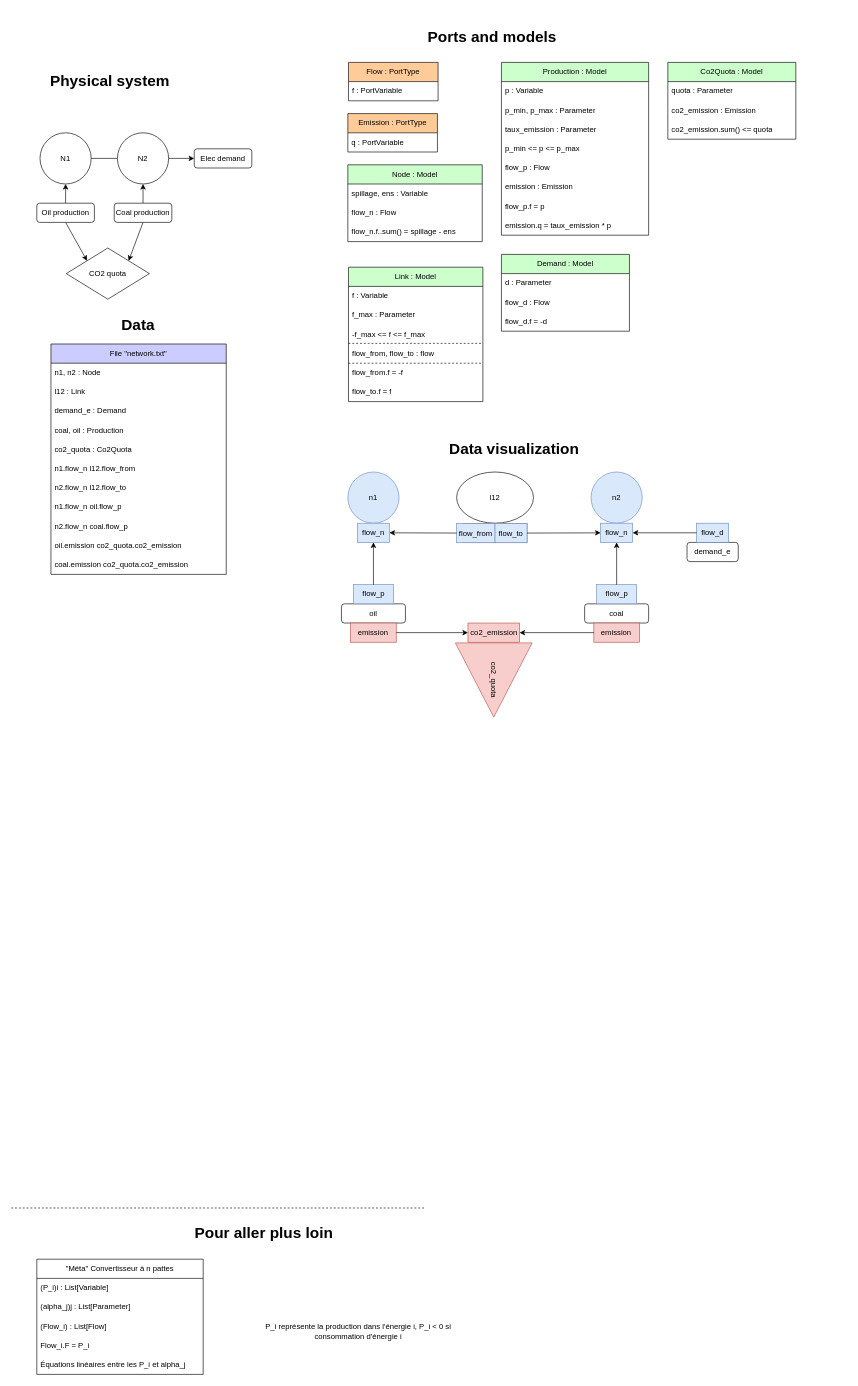
Earlier version of the draw.io diagram models-design/systems/co2_quota.drawio (AntaresSimulatorTeam/andromede-modeling-prototype). Source tidied: cells renumbered, new cells numbered last; positions are measured from the earlier drawing's top-left corner, leaving out a move shared by most shapes. Both pictures are drawn from the tidied source at 64%, with x=0, y=0 at pixel (11, 24).
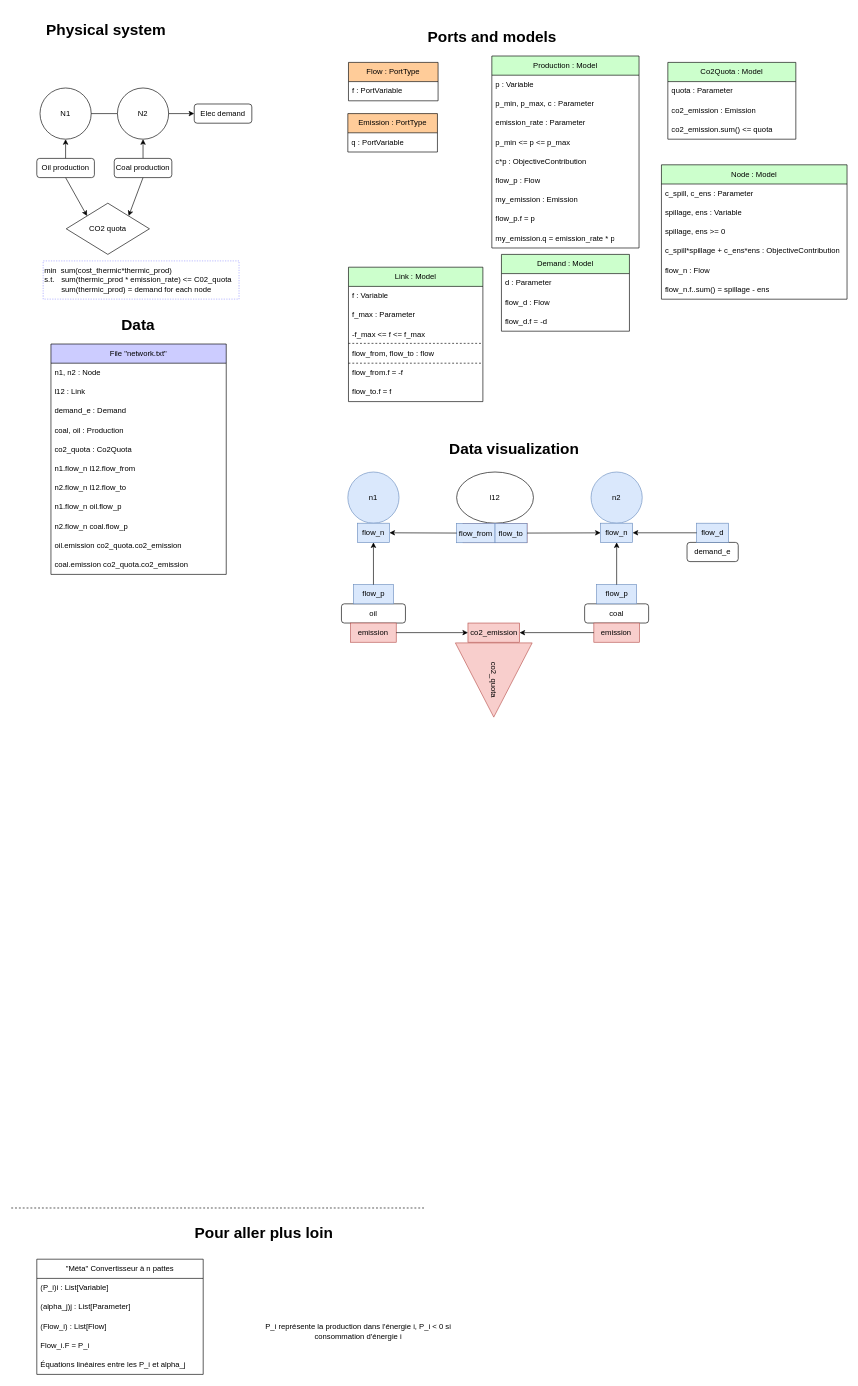
The same diagram, later.

The change refers to these unchanged cells:
```xml
<mxCell id="61" style="group;" parent="1" vertex="1">
  <mxGeometry x="527" y="60" width="699" height="540" as="geometry" />
</mxCell>
```

Change to the diagram source:
```diff
@@
     <mxCell id="12" value="N1" style="ellipse;whiteSpace=wrap;html=1;" parent="1" vertex="1">
-      <mxGeometry x="45" y="170" width="80" height="80" as="geometry" />
+      <mxGeometry x="45" y="100" width="80" height="80" as="geometry" />
     </mxCell>
@@
     <mxCell id="16" value="Oil production" style="rounded=1;whiteSpace=wrap;html=1;" parent="1" vertex="1">
-      <mxGeometry x="40" y="280" width="90" height="30" as="geometry" />
+      <mxGeometry x="40" y="210" width="90" height="30" as="geometry" />
     </mxCell>
     <mxCell id="17" value="CO2 quota" style="rhombus;whiteSpace=wrap;html=1;" parent="1" vertex="1">
-      <mxGeometry x="86" y="350" width="130" height="80" as="geometry" />
+      <mxGeometry x="86" y="280" width="130" height="80" as="geometry" />
     </mxCell>
@@
     <mxCell id="19" value="&lt;h1&gt;Physical system&lt;br&gt;&lt;/h1&gt;" style="text;html=1;strokeColor=none;fillColor=none;spacing=5;spacingTop=-20;whiteSpace=wrap;overflow=hidden;rounded=0;" parent="1" vertex="1">
-      <mxGeometry x="56" y="70" width="250" height="40" as="geometry" />
+      <mxGeometry x="50" y="-10" width="250" height="40" as="geometry" />
     </mxCell>
     <mxCell id="20" style="group;" parent="1" vertex="1">
-      <mxGeometry x="166" y="120" width="220" height="180" as="geometry" />
+      <mxGeometry x="166" y="50" width="220" height="180" as="geometry" />
     </mxCell>
@@
-    <mxCell id="66" value="Node : Model" style="swimlane;fontStyle=0;horizontal=1;startSize=30;whiteSpace=wrap;html=1;fillColor=#CCFFCC;fontColor=#000000;" parent="61" vertex="1">
-      <mxGeometry x="-1" y="160" width="210" height="120" as="geometry" />
-    </mxCell>
-    <mxCell id="67" value="spillage, ens : Variable" style="text;strokeColor=none;fillColor=none;align=left;verticalAlign=middle;spacingLeft=4;spacingRight=4;overflow=hidden;whiteSpace=wrap;html=1;" parent="66" vertex="1">
-      <mxGeometry y="30" width="210" height="30" as="geometry" />
-    </mxCell>
-    <mxCell id="68" value="flow_n : Flow" style="text;strokeColor=none;fillColor=none;align=left;verticalAlign=middle;spacingLeft=4;spacingRight=4;overflow=hidden;whiteSpace=wrap;html=1;" parent="66" vertex="1">
-      <mxGeometry y="60" width="210" height="30" as="geometry" />
-    </mxCell>
-    <mxCell id="69" value="flow_n.f..sum() = spillage - ens" style="text;strokeColor=none;fillColor=none;align=left;verticalAlign=middle;spacingLeft=4;spacingRight=4;overflow=hidden;whiteSpace=wrap;html=1;" parent="66" vertex="1">
-      <mxGeometry y="90" width="210" height="30" as="geometry" />
-    </mxCell>
@@
-    <mxCell id="79" value="Production : Model" style="swimlane;fontStyle=0;horizontal=1;startSize=30;whiteSpace=wrap;html=1;fillColor=#CCFFCC;fontColor=#000000;" parent="61" vertex="1">
-      <mxGeometry x="239" width="230" height="270" as="geometry" />
-    </mxCell>
-    <mxCell id="80" value="p : Variable" style="text;strokeColor=none;fillColor=none;align=left;verticalAlign=middle;spacingLeft=4;spacingRight=4;overflow=hidden;whiteSpace=wrap;html=1;" parent="79" vertex="1">
-      <mxGeometry y="30" width="230" height="30" as="geometry" />
-    </mxCell>
-    <mxCell id="81" value="p_min, p_max : Parameter" style="text;strokeColor=none;fillColor=none;align=left;verticalAlign=middle;spacingLeft=4;spacingRight=4;overflow=hidden;whiteSpace=wrap;html=1;" parent="79" vertex="1">
-      <mxGeometry y="60" width="230" height="30" as="geometry" />
-    </mxCell>
-    <mxCell id="82" value="taux_emission : Parameter" style="text;strokeColor=none;fillColor=none;align=left;verticalAlign=middle;spacingLeft=4;spacingRight=4;overflow=hidden;whiteSpace=wrap;html=1;" parent="79" vertex="1">
-      <mxGeometry y="90" width="230" height="30" as="geometry" />
-    </mxCell>
-    <mxCell id="83" value="p_min &amp;lt;= p &amp;lt;= p_max" style="text;strokeColor=none;fillColor=none;align=left;verticalAlign=middle;spacingLeft=4;spacingRight=4;overflow=hidden;whiteSpace=wrap;html=1;" parent="79" vertex="1">
-      <mxGeometry y="120" width="230" height="30" as="geometry" />
-    </mxCell>
-    <mxCell id="84" value="flow_p : Flow" style="text;strokeColor=none;fillColor=none;align=left;verticalAlign=middle;spacingLeft=4;spacingRight=4;overflow=hidden;whiteSpace=wrap;html=1;" parent="79" vertex="1">
-      <mxGeometry y="150" width="230" height="30" as="geometry" />
-    </mxCell>
-    <mxCell id="85" value="emission : Emission" style="text;strokeColor=none;fillColor=none;align=left;verticalAlign=middle;spacingLeft=4;spacingRight=4;overflow=hidden;whiteSpace=wrap;html=1;" parent="79" vertex="1">
-      <mxGeometry y="180" width="230" height="30" as="geometry" />
-    </mxCell>
-    <mxCell id="86" value="flow_p.f = p" style="text;strokeColor=none;fillColor=none;align=left;verticalAlign=middle;spacingLeft=4;spacingRight=4;overflow=hidden;whiteSpace=wrap;html=1;" parent="79" vertex="1">
-      <mxGeometry y="210" width="230" height="30" as="geometry" />
-    </mxCell>
-    <mxCell id="87" value="emission.q = taux_emission * p" style="text;strokeColor=none;fillColor=none;align=left;verticalAlign=middle;spacingLeft=4;spacingRight=4;overflow=hidden;whiteSpace=wrap;html=1;" parent="79" vertex="1">
-      <mxGeometry y="240" width="230" height="30" as="geometry" />
-    </mxCell>
@@
+    <mxCell id="66" value="Node : Model" style="swimlane;fontStyle=0;horizontal=1;startSize=30;whiteSpace=wrap;html=1;fillColor=#CCFFCC;fontColor=#000000;" parent="61" vertex="1">
+      <mxGeometry x="489" y="160" width="290" height="210" as="geometry" />
+    </mxCell>
+    <mxCell id="109" value="c_spill, c_ens : Parameter" style="text;strokeColor=none;fillColor=none;align=left;verticalAlign=middle;spacingLeft=4;spacingRight=4;overflow=hidden;whiteSpace=wrap;html=1;" parent="66" vertex="1">
+      <mxGeometry y="30" width="290" height="30" as="geometry" />
+    </mxCell>
+    <mxCell id="67" value="spillage, ens : Variable" style="text;strokeColor=none;fillColor=none;align=left;verticalAlign=middle;spacingLeft=4;spacingRight=4;overflow=hidden;whiteSpace=wrap;html=1;" parent="66" vertex="1">
+      <mxGeometry y="60" width="290" height="30" as="geometry" />
+    </mxCell>
+    <mxCell id="110" value="spillage, ens &amp;gt;= 0" style="text;strokeColor=none;fillColor=none;align=left;verticalAlign=middle;spacingLeft=4;spacingRight=4;overflow=hidden;whiteSpace=wrap;html=1;" parent="66" vertex="1">
+      <mxGeometry y="90" width="290" height="30" as="geometry" />
+    </mxCell>
+    <mxCell id="111" value="c_spill*spillage + c_ens*ens : ObjectiveContribution" style="text;strokeColor=none;fillColor=none;align=left;verticalAlign=middle;spacingLeft=4;spacingRight=4;overflow=hidden;whiteSpace=wrap;html=1;" parent="66" vertex="1">
+      <mxGeometry y="120" width="290" height="30" as="geometry" />
+    </mxCell>
+    <mxCell id="68" value="flow_n : Flow" style="text;strokeColor=none;fillColor=none;align=left;verticalAlign=middle;spacingLeft=4;spacingRight=4;overflow=hidden;whiteSpace=wrap;html=1;" parent="66" vertex="1">
+      <mxGeometry y="150" width="290" height="30" as="geometry" />
+    </mxCell>
+    <mxCell id="69" value="flow_n.f..sum() = spillage - ens" style="text;strokeColor=none;fillColor=none;align=left;verticalAlign=middle;spacingLeft=4;spacingRight=4;overflow=hidden;whiteSpace=wrap;html=1;" parent="66" vertex="1">
+      <mxGeometry y="180" width="290" height="30" as="geometry" />
+    </mxCell>
+    <mxCell id="79" value="Production : Model" style="swimlane;fontStyle=0;horizontal=1;startSize=30;whiteSpace=wrap;html=1;fillColor=#CCFFCC;fontColor=#000000;" parent="61" vertex="1">
+      <mxGeometry x="224" y="-10" width="230" height="300" as="geometry" />
+    </mxCell>
+    <mxCell id="80" value="p : Variable" style="text;strokeColor=none;fillColor=none;align=left;verticalAlign=middle;spacingLeft=4;spacingRight=4;overflow=hidden;whiteSpace=wrap;html=1;" parent="79" vertex="1">
+      <mxGeometry y="30" width="230" height="30" as="geometry" />
+    </mxCell>
+    <mxCell id="112" value="p_min, p_max, c : Parameter" style="text;strokeColor=none;fillColor=none;align=left;verticalAlign=middle;spacingLeft=4;spacingRight=4;overflow=hidden;whiteSpace=wrap;html=1;" parent="79" vertex="1">
+      <mxGeometry y="60" width="230" height="30" as="geometry" />
+    </mxCell>
+    <mxCell id="113" value="emission_rate : Parameter" style="text;strokeColor=none;fillColor=none;align=left;verticalAlign=middle;spacingLeft=4;spacingRight=4;overflow=hidden;whiteSpace=wrap;html=1;" parent="79" vertex="1">
+      <mxGeometry y="90" width="230" height="30" as="geometry" />
+    </mxCell>
+    <mxCell id="83" value="p_min &amp;lt;= p &amp;lt;= p_max" style="text;strokeColor=none;fillColor=none;align=left;verticalAlign=middle;spacingLeft=4;spacingRight=4;overflow=hidden;whiteSpace=wrap;html=1;" parent="79" vertex="1">
+      <mxGeometry y="120" width="230" height="30" as="geometry" />
+    </mxCell>
+    <mxCell id="114" value="c*p : ObjectiveContribution" style="text;strokeColor=none;fillColor=none;align=left;verticalAlign=middle;spacingLeft=4;spacingRight=4;overflow=hidden;whiteSpace=wrap;html=1;" parent="79" vertex="1">
+      <mxGeometry y="150" width="230" height="30" as="geometry" />
+    </mxCell>
+    <mxCell id="84" value="flow_p : Flow" style="text;strokeColor=none;fillColor=none;align=left;verticalAlign=middle;spacingLeft=4;spacingRight=4;overflow=hidden;whiteSpace=wrap;html=1;" parent="79" vertex="1">
+      <mxGeometry y="180" width="230" height="30" as="geometry" />
+    </mxCell>
+    <mxCell id="115" value="my_emission : Emission" style="text;strokeColor=none;fillColor=none;align=left;verticalAlign=middle;spacingLeft=4;spacingRight=4;overflow=hidden;whiteSpace=wrap;html=1;" parent="79" vertex="1">
+      <mxGeometry y="210" width="230" height="30" as="geometry" />
+    </mxCell>
+    <mxCell id="86" value="flow_p.f = p" style="text;strokeColor=none;fillColor=none;align=left;verticalAlign=middle;spacingLeft=4;spacingRight=4;overflow=hidden;whiteSpace=wrap;html=1;" parent="79" vertex="1">
+      <mxGeometry y="240" width="230" height="30" as="geometry" />
+    </mxCell>
+    <mxCell id="116" value="my_emission.q = emission_rate * p" style="text;strokeColor=none;fillColor=none;align=left;verticalAlign=middle;spacingLeft=4;spacingRight=4;overflow=hidden;whiteSpace=wrap;html=1;" parent="79" vertex="1">
+      <mxGeometry y="270" width="230" height="30" as="geometry" />
+    </mxCell>
@@
+    <mxCell id="117" value="min&amp;nbsp; sum(cost_thermic*thermic_prod)&lt;br&gt;s.t.&amp;nbsp; &lt;span style=&quot;white-space: pre;&quot;&gt;&#9;&lt;/span&gt;sum(thermic_prod * emission_rate) &amp;lt;= C02_quota&lt;br&gt;&lt;span style=&quot;white-space: pre;&quot;&gt;&#9;&lt;/span&gt;sum(thermic_prod) = demand for each node" style="text;html=1;strokeColor=#CCCCFF;fillColor=none;align=left;verticalAlign=middle;whiteSpace=wrap;rounded=0;dashed=1;dashPattern=1 1;strokeWidth=2;" parent="1" vertex="1">
+      <mxGeometry x="50" y="370" width="306" height="60" as="geometry" />
+    </mxCell>
```
